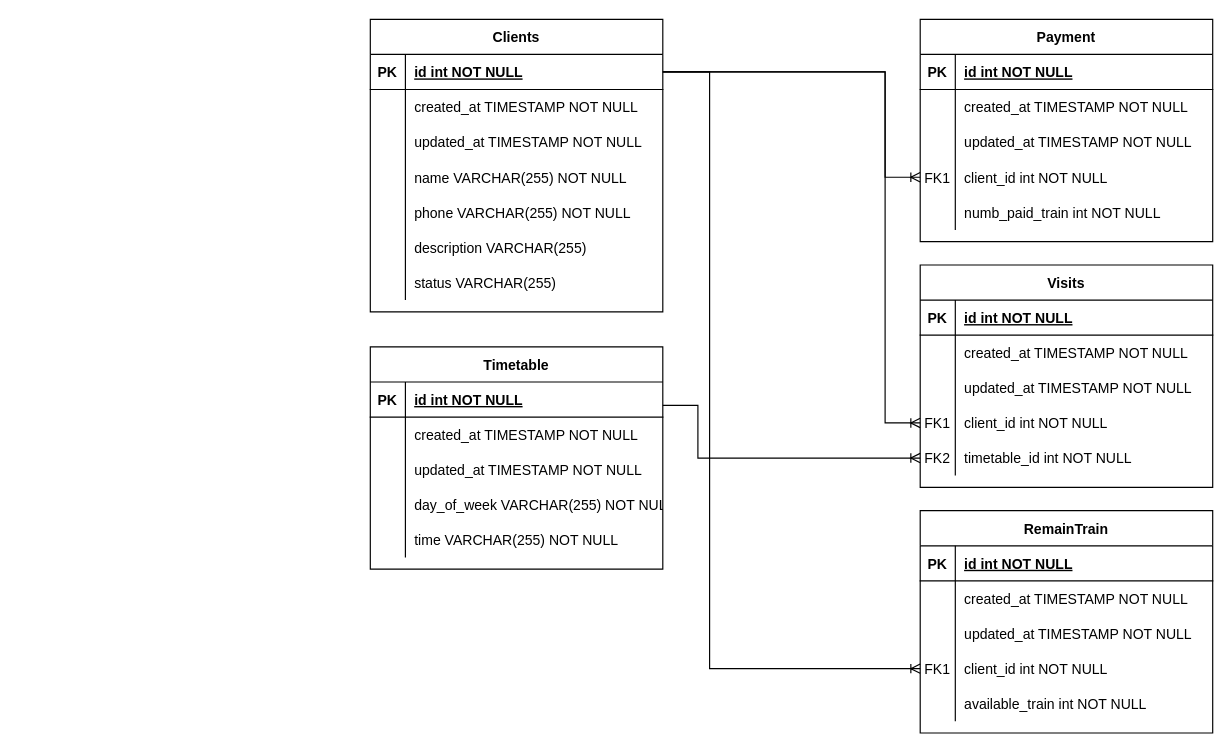
Kaptollika3d/telegramBot keeps this draw.io diagram as Структура БД.drawio. Above is the earlier version. Source tidied: cells renumbered, new cells numbered last; positions are measured from the earlier drawing's top-left corner, leaving out a move shared by most shapes. Both pictures are drawn from the tidied source at 117%, with x=0, y=0 at pixel (370, 19).
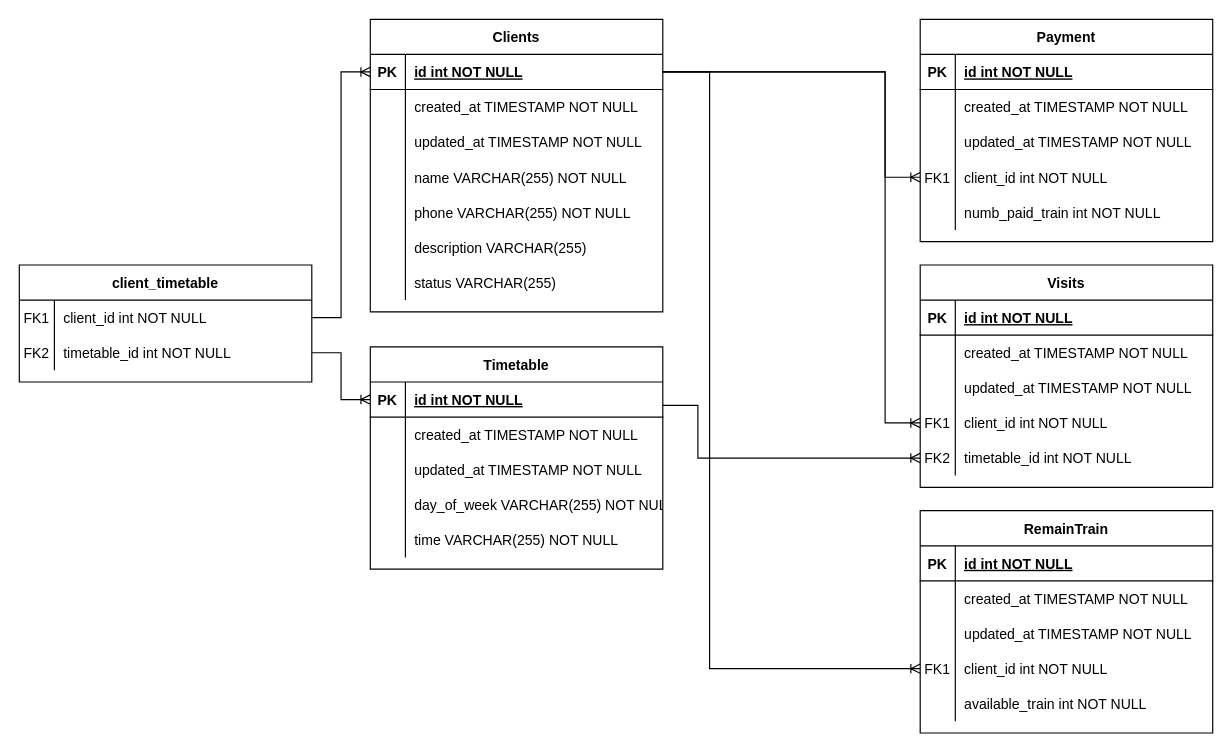
The same diagram, later.

Unchanged cells that the change refers to:
```xml
<mxCell id="19" style="shape=partialRectangle;fillColor=none;points=[[0,0.5],[1,0.5]];portConstraint=eastwest;top=0;left=0;right=0;bottom=1;" parent="18" vertex="1">
  <mxGeometry y="30" width="250" height="30" as="geometry" />
</mxCell>
<mxCell id="58" style="shape=partialRectangle;fillColor=none;points=[[0,0.5],[1,0.5]];portConstraint=eastwest;top=0;left=0;right=0;bottom=1;" parent="57" vertex="1">
  <mxGeometry y="30" width="250" height="30" as="geometry" />
</mxCell>
```

What changed in the source:
```diff
@@
+    <mxCell id="92" value="client_timetable" style="shape=table;startSize=30;childLayout=tableLayout;rowLines=0;fontStyle=1;align=center;" parent="1" vertex="1">
+      <mxGeometry x="-300" y="210" width="250" height="100" as="geometry" />
+    </mxCell>
+    <mxCell id="93" style="shape=partialRectangle;fillColor=none;points=[[0,0.5],[1,0.5]];portConstraint=eastwest;top=0;left=0;right=0;bottom=0;" parent="92" vertex="1">
+      <mxGeometry y="30" width="250" height="30" as="geometry" />
+    </mxCell>
+    <mxCell id="94" value="FK1" style="shape=partialRectangle;overflow=hidden;fillColor=none;top=0;left=0;bottom=0;right=0;" parent="93" vertex="1">
+      <mxGeometry width="30" height="30" as="geometry" />
+    </mxCell>
+    <mxCell id="95" value="client_id int NOT NULL" style="shape=partialRectangle;overflow=hidden;fillColor=none;top=0;left=0;bottom=0;right=0;align=left;spacingLeft=6;" parent="93" vertex="1">
+      <mxGeometry x="30" width="220" height="30" as="geometry" />
+    </mxCell>
+    <mxCell id="96" style="shape=partialRectangle;fillColor=none;points=[[0,0.5],[1,0.5]];portConstraint=eastwest;top=0;left=0;right=0;bottom=0;" parent="92" vertex="1">
+      <mxGeometry y="60" width="250" height="30" as="geometry" />
+    </mxCell>
+    <mxCell id="97" value="FK2" style="shape=partialRectangle;overflow=hidden;fillColor=none;top=0;left=0;bottom=0;right=0;" parent="96" vertex="1">
+      <mxGeometry width="30" height="30" as="geometry" />
+    </mxCell>
+    <mxCell id="98" value="timetable_id int NOT NULL" style="shape=partialRectangle;overflow=hidden;fillColor=none;top=0;left=0;bottom=0;right=0;align=left;spacingLeft=6;" parent="96" vertex="1">
+      <mxGeometry x="30" width="220" height="30" as="geometry" />
+    </mxCell>
+    <mxCell id="99" style="edgeStyle=orthogonalEdgeStyle;fontSize=12;html=1;endArrow=ERoneToMany;rounded=0;entryX=0;entryY=0.5;entryDx=0;entryDy=0;exitX=1;exitY=0.5;exitDx=0;exitDy=0;" parent="1" edge="1" source="93" target="19">
+      <mxGeometry relative="1" as="geometry" />
+    </mxCell>
+    <mxCell id="100" style="edgeStyle=orthogonalEdgeStyle;fontSize=12;html=1;endArrow=ERoneToMany;rounded=0;entryX=0;entryY=0.5;entryDx=0;entryDy=0;exitX=1;exitY=0.5;exitDx=0;exitDy=0;" parent="1" edge="1" source="96" target="58">
+      <mxGeometry relative="1" as="geometry" />
+    </mxCell>
```
